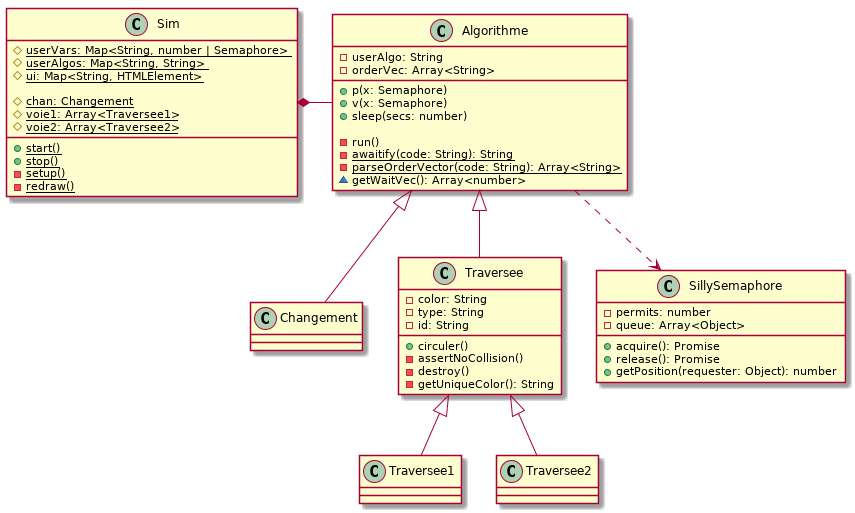
Earlier version of the PlantUML export 2019-12/dac-exo6/exo6-classes.png (djalilhebal/trash). Source of this version:
```plantuml
@startuml Exo6

class Sim {
  # {static} userVars: Map<String, number | Semaphore>
  # {static} userAlgos: Map<String, String>
  # {static} ui: Map<String, HTMLElement>

  # {static} chan: Changement
  # {static} voie1: Array<Traversee1>
  # {static} voie2: Array<Traversee2>

  + {static} start()
  + {static} stop()
  - {static} setup()
  - {static} redraw()
}

class Algorithme {
  - userAlgo: String
  - orderVec: Array<String>

  + p(x: Semaphore)
  + v(x: Semaphore)
  + sleep(secs: number)

  - run()
  - {static} awaitify(code: String): String
  - {static} parseOrderVector(code: String): Array<String>
  ~ getWaitVec(): Array<number>
}


class Changement {

}

class Traversee {
  - color: String
  - type: String
  - id: String

  + circuler()
  - assertNoCollision()
  - destroy()
  - getUniqueColor(): String
}
class Traversee1 {}
class Traversee2 {}

class SillySemaphore {
  - permits: number
  - queue: Array<Object>

  + acquire(): Promise
  + release(): Promise
  + getPosition(requester: Object): number
}

Sim *--right Algorithme
Algorithme ..> SillySemaphore
Algorithme <|-- Changement
Algorithme <|-- Traversee
Traversee <|-- Traversee1
Traversee <|-- Traversee2
@enduml
```
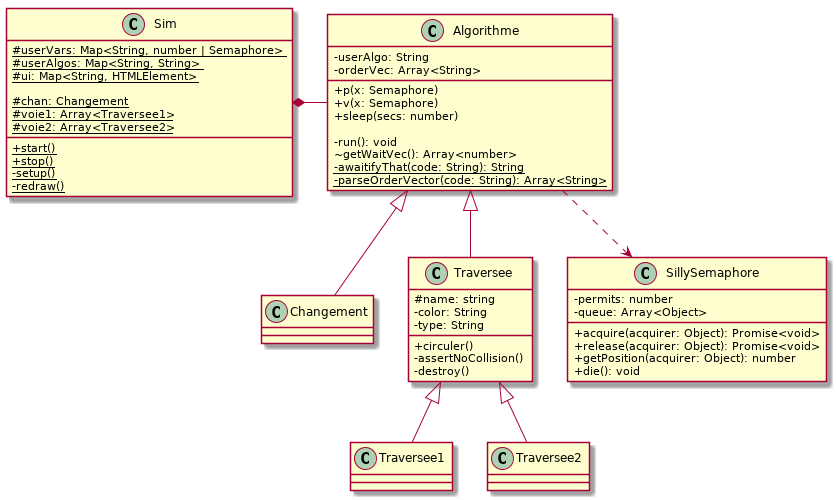
Above is the later version.

Commit message:
Tidy up dac-exo6 and update its diagrams

The edit, as a diff of the source:
```diff
@@ -1,4 +1,6 @@
 @startuml Exo6
+
+skinparam classAttributeIconSize 0
 
 class Sim {
   # {static} userVars: Map<String, number | Semaphore>
@@ -23,26 +25,23 @@
   + v(x: Semaphore)
   + sleep(secs: number)
 
-  - run()
-  - {static} awaitify(code: String): String
+  - run(): void
+  ~ getWaitVec(): Array<number>
+  - {static} awaitifyThat(code: String): String
   - {static} parseOrderVector(code: String): Array<String>
-  ~ getWaitVec(): Array<number>
 }
 
 
-class Changement {
-
-}
+class Changement {}
 
 class Traversee {
+  # name: string
   - color: String
   - type: String
-  - id: String
 
   + circuler()
   - assertNoCollision()
   - destroy()
-  - getUniqueColor(): String
 }
 class Traversee1 {}
 class Traversee2 {}
@@ -51,9 +50,10 @@
   - permits: number
   - queue: Array<Object>
 
-  + acquire(): Promise
-  + release(): Promise
-  + getPosition(requester: Object): number
+  + acquire(acquirer: Object): Promise<void>
+  + release(acquirer: Object): Promise<void>
+  + getPosition(acquirer: Object): number
+  + die(): void
 }
 
 Sim *--right Algorithme
@@ -62,4 +62,5 @@
 Algorithme <|-- Traversee
 Traversee <|-- Traversee1
 Traversee <|-- Traversee2
+
 @enduml
```
